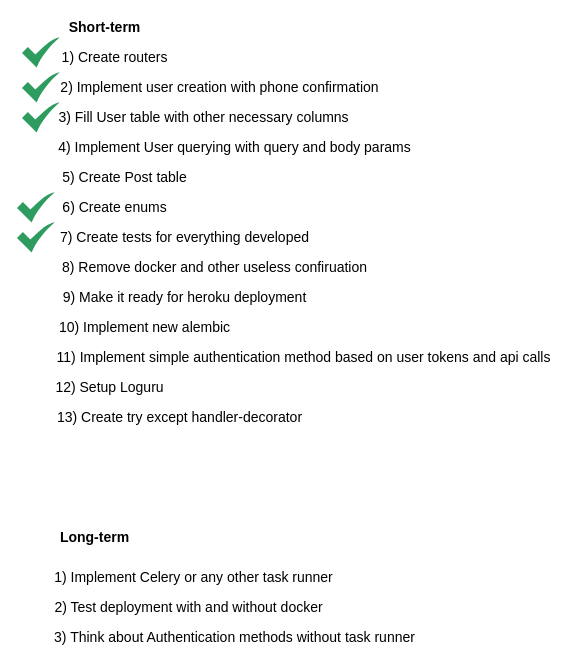
The draw.io diagram page "Objectives" (5 of 5) of backend/schema.drawio in Madi-S/kolik, before the edit. Source tidied: cells renumbered, new cells numbered last; positions are measured from the earlier drawing's top-left corner, leaving out a move shared by most shapes. Both pictures are drawn from the tidied source at 100%, with x=0, y=0 at pixel (16, 17).
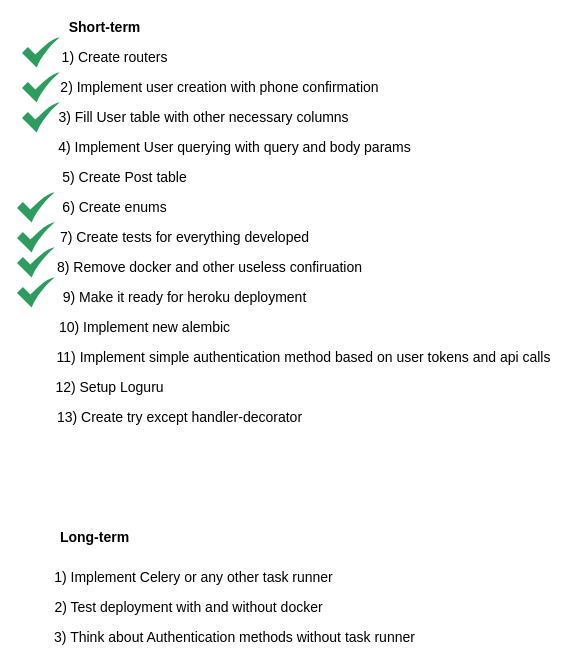
After the change.

Diff of the diagram source:
```diff
@@
     <mxCell id="19" value="&lt;font style=&quot;font-size: 14px&quot;&gt;8) Remove docker and other useless confiruation&lt;/font&gt;" style="text;html=1;align=center;verticalAlign=middle;strokeColor=none;fillColor=none;" parent="1" vertex="1">
-      <mxGeometry x="38" y="240" width="320" height="20" as="geometry" />
+      <mxGeometry x="33" y="240" width="320" height="20" as="geometry" />
     </mxCell>
@@
+    <mxCell id="25" style="sketch=0;html=1;strokeColor=none;shadow=0;align=center;verticalAlign=top;fillColor=#2D9C5E;shape=mxgraph.gcp2.check;fontSize=14;" parent="1" vertex="1">
+      <mxGeometry x="0.5" y="260" width="37.5" height="30" as="geometry" />
+    </mxCell>
+    <mxCell id="26" style="sketch=0;html=1;strokeColor=none;shadow=0;align=center;verticalAlign=top;fillColor=#2D9C5E;shape=mxgraph.gcp2.check;fontSize=14;" parent="1" vertex="1">
+      <mxGeometry x="0.5" y="230" width="37.5" height="30" as="geometry" />
+    </mxCell>
```
